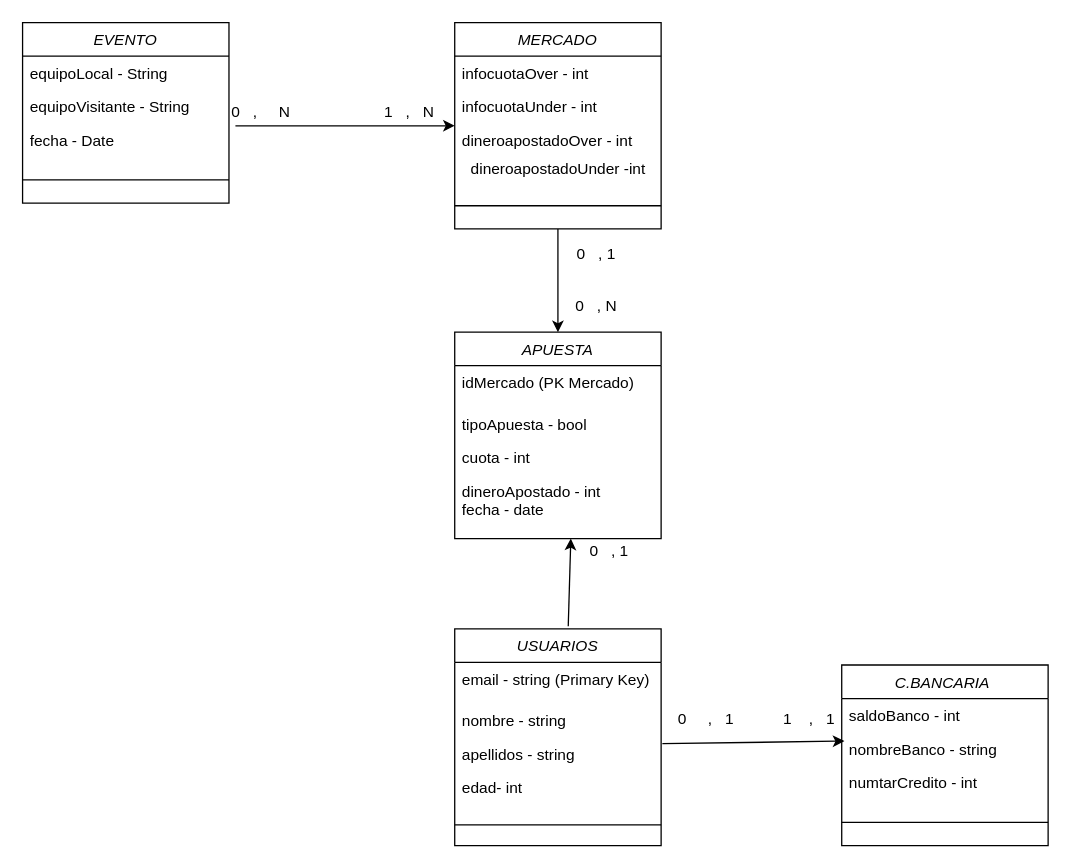
Before: Diseño Relacional/PlaceMyBet.drawio in jose5598vlc/PlaceMyBet2, a draw.io diagram. Source tidied: cells renumbered, new cells numbered last; positions are measured from the earlier drawing's top-left corner, leaving out a move shared by most shapes. Both pictures are drawn from the tidied source at 129%, with x=0, y=0 at pixel (22, 22).
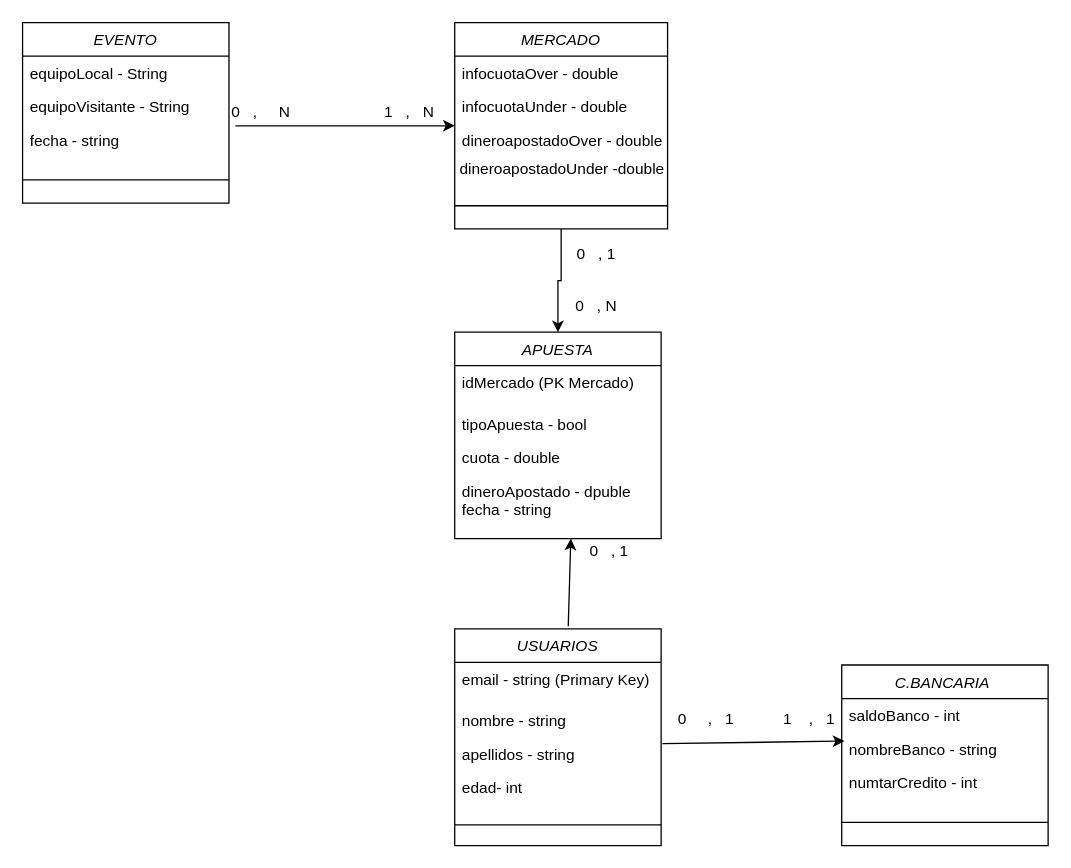
Above is the later version.

Unchanged cells that the change refers to:
```xml
<mxCell id="8" value="EVENTO" style="swimlane;fontStyle=2;align=center;verticalAlign=top;horizontal=1;startSize=26;rounded=0;shadow=0;strokeWidth=1;" parent="1" vertex="1">
  <mxGeometry width="160" height="140" as="geometry" />
</mxCell>
<mxCell id="31" value="APUESTA" style="swimlane;fontStyle=2;align=center;verticalAlign=top;horizontal=1;startSize=26;rounded=0;shadow=0;strokeWidth=1;" parent="1" vertex="1">
  <mxGeometry x="335" y="240" width="160" height="160" as="geometry" />
</mxCell>
```

Change to the diagram source:
```diff
@@
-    <mxCell id="11" value="fecha - Date" style="text;align=left;verticalAlign=top;spacingLeft=4;spacingRight=4;overflow=hidden;rounded=0;shadow=0;html=0;" parent="8" vertex="1">
+    <mxCell id="11" value="fecha - string" style="text;align=left;verticalAlign=top;spacingLeft=4;spacingRight=4;overflow=hidden;rounded=0;shadow=0;html=0;" parent="8" vertex="1">
       <mxGeometry y="78" width="160" height="26" as="geometry" />
     </mxCell>
@@
     <mxCell id="14" value="MERCADO" style="swimlane;fontStyle=2;align=center;verticalAlign=top;horizontal=1;startSize=26;rounded=0;shadow=0;strokeWidth=1;" parent="1" vertex="1">
-      <mxGeometry x="335" width="160" height="160" as="geometry" />
+      <mxGeometry x="335" width="165" height="160" as="geometry" />
     </mxCell>
-    <mxCell id="15" value="infocuotaOver - int " style="text;align=left;verticalAlign=top;spacingLeft=4;spacingRight=4;overflow=hidden;" parent="14" vertex="1">
-      <mxGeometry y="26" width="160" height="26" as="geometry" />
+    <mxCell id="15" value="infocuotaOver - double" style="text;align=left;verticalAlign=top;spacingLeft=4;spacingRight=4;overflow=hidden;" parent="14" vertex="1">
+      <mxGeometry y="26" width="165" height="26" as="geometry" />
     </mxCell>
-    <mxCell id="16" value="infocuotaUnder - int" style="text;align=left;verticalAlign=top;spacingLeft=4;spacingRight=4;overflow=hidden;rounded=0;shadow=0;html=0;" parent="14" vertex="1">
-      <mxGeometry y="52" width="160" height="26" as="geometry" />
+    <mxCell id="16" value="infocuotaUnder - double" style="text;align=left;verticalAlign=top;spacingLeft=4;spacingRight=4;overflow=hidden;rounded=0;shadow=0;html=0;" parent="14" vertex="1">
+      <mxGeometry y="52" width="165" height="26" as="geometry" />
     </mxCell>
-    <mxCell id="17" value="dineroapostadoOver - int" style="text;align=left;verticalAlign=top;spacingLeft=4;spacingRight=4;overflow=hidden;points=[[0,0.5],[1,0.5]];portConstraint=eastwest;rounded=0;shadow=0;html=0;" parent="14" vertex="1">
-      <mxGeometry y="78" width="160" height="26" as="geometry" />
+    <mxCell id="17" value="dineroapostadoOver - double" style="text;align=left;verticalAlign=top;spacingLeft=4;spacingRight=4;overflow=hidden;points=[[0,0.5],[1,0.5]];portConstraint=eastwest;rounded=0;shadow=0;html=0;" parent="14" vertex="1">
+      <mxGeometry y="78" width="165" height="26" as="geometry" />
     </mxCell>
-    <mxCell id="18" value="dineroapostadoUnder -int" style="text;html=1;align=center;verticalAlign=middle;" parent="14" vertex="1">
-      <mxGeometry y="104" width="160" height="20" as="geometry" />
+    <mxCell id="18" value="dineroapostadoUnder -double" style="text;html=1;align=center;verticalAlign=middle;" parent="14" vertex="1">
+      <mxGeometry y="104" width="165" height="20" as="geometry" />
     </mxCell>
     <mxCell id="19" style="line;html=1;strokeWidth=1;align=left;verticalAlign=middle;spacingTop=-1;spacingLeft=3;spacingRight=3;labelPosition=right;" parent="14" vertex="1">
-      <mxGeometry y="124" width="160" height="36" as="geometry" />
+      <mxGeometry y="124" width="165" height="36" as="geometry" />
     </mxCell>
@@
-    <mxCell id="34" value="cuota - int" style="text;align=left;verticalAlign=top;spacingLeft=4;spacingRight=4;overflow=hidden;rounded=0;shadow=0;html=0;" parent="31" vertex="1">
+    <mxCell id="34" value="cuota - double" style="text;align=left;verticalAlign=top;spacingLeft=4;spacingRight=4;overflow=hidden;rounded=0;shadow=0;html=0;" parent="31" vertex="1">
       <mxGeometry y="84" width="160" height="26" as="geometry" />
     </mxCell>
-    <mxCell id="35" value="dineroApostado - int&#10;fecha - date" style="text;align=left;verticalAlign=top;spacingLeft=4;spacingRight=4;overflow=hidden;rounded=0;shadow=0;html=0;" parent="31" vertex="1">
+    <mxCell id="35" value="dineroApostado - dpuble&#10;fecha - string" style="text;align=left;verticalAlign=top;spacingLeft=4;spacingRight=4;overflow=hidden;rounded=0;shadow=0;html=0;" parent="31" vertex="1">
       <mxGeometry y="110" width="160" height="50" as="geometry" />
     </mxCell>
```
